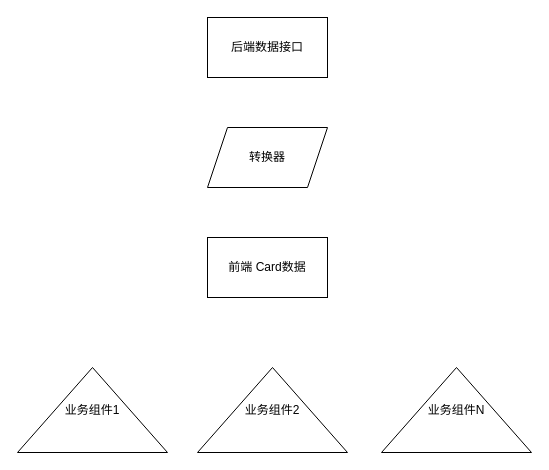
This is zhishi-data-converter.drawio from fedorjia/draw-io-files, a draw.io file, before an edit. Source tidied: cells renumbered, new cells numbered last; positions are measured from the earlier drawing's top-left corner, leaving out a move shared by most shapes. Both pictures are drawn from the tidied source at 100%, with x=0, y=0 at pixel (17, 17).
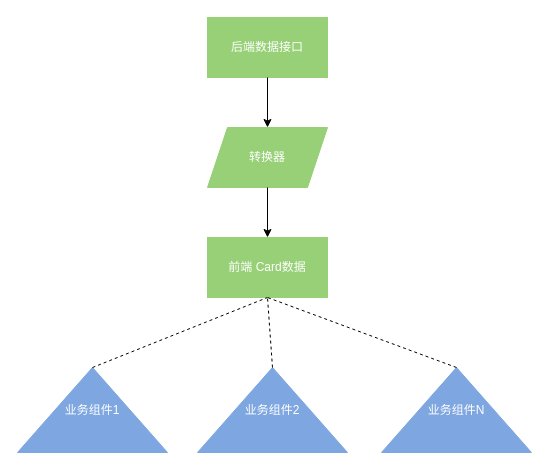
The same diagram, later.

Diff of the diagram source:
```diff
@@
 <mxGraphModel>
   <root>
     <mxCell id="0" />
     <mxCell id="1" parent="0" />
-    <mxCell id="2" value="后端数据接口" style="rounded=0;whiteSpace=wrap;html=1;" parent="1" vertex="1">
+    <mxCell id="2" value="&lt;font color=&quot;#ffffff&quot;&gt;后端数据接口&lt;/font&gt;" style="rounded=0;whiteSpace=wrap;html=1;fillColor=#97D077;strokeColor=#97D077;" parent="1" vertex="1">
       <mxGeometry x="190" width="120" height="60" as="geometry" />
     </mxCell>
-    <mxCell id="3" value="转换器" style="shape=parallelogram;perimeter=parallelogramPerimeter;whiteSpace=wrap;html=1;fixedSize=1;" parent="1" vertex="1">
+    <mxCell id="3" value="&lt;font color=&quot;#ffffff&quot;&gt;转换器&lt;/font&gt;" style="shape=parallelogram;perimeter=parallelogramPerimeter;whiteSpace=wrap;html=1;fixedSize=1;strokeColor=#97D077;fillColor=#97D077;" parent="1" vertex="1">
       <mxGeometry x="190" y="110" width="120" height="60" as="geometry" />
     </mxCell>
-    <mxCell id="4" value="前端 Card数据" style="rounded=0;whiteSpace=wrap;html=1;" parent="1" vertex="1">
+    <mxCell id="4" value="&lt;font color=&quot;#ffffff&quot;&gt;前端 Card数据&lt;/font&gt;" style="rounded=0;whiteSpace=wrap;html=1;strokeColor=#97D077;fillColor=#97D077;" parent="1" vertex="1">
       <mxGeometry x="190" y="220" width="120" height="60" as="geometry" />
     </mxCell>
-    <mxCell id="5" value="业务组件1" style="triangle;whiteSpace=wrap;html=1;direction=north;" parent="1" vertex="1">
+    <mxCell id="5" value="&lt;font color=&quot;#ffffff&quot;&gt;业务组件1&lt;/font&gt;" style="triangle;whiteSpace=wrap;html=1;direction=north;fillColor=#7EA6E0;strokeColor=#7EA6E0;" parent="1" vertex="1">
       <mxGeometry y="350" width="150" height="85" as="geometry" />
     </mxCell>
-    <mxCell id="6" value="业务组件2" style="triangle;whiteSpace=wrap;html=1;direction=north;" parent="1" vertex="1">
+    <mxCell id="6" value="&lt;font color=&quot;#ffffff&quot;&gt;业务组件2&lt;/font&gt;" style="triangle;whiteSpace=wrap;html=1;direction=north;fillColor=#7EA6E0;strokeColor=#7EA6E0;" parent="1" vertex="1">
       <mxGeometry x="180" y="350" width="150" height="85" as="geometry" />
     </mxCell>
-    <mxCell id="7" value="业务组件N" style="triangle;whiteSpace=wrap;html=1;direction=north;" parent="1" vertex="1">
+    <mxCell id="7" value="&lt;font color=&quot;#ffffff&quot;&gt;业务组件N&lt;/font&gt;" style="triangle;whiteSpace=wrap;html=1;direction=north;fillColor=#7EA6E0;strokeColor=#7EA6E0;" parent="1" vertex="1">
       <mxGeometry x="364" y="350" width="150" height="85" as="geometry" />
     </mxCell>
+    <mxCell id="8" style="endArrow=classic;html=1;entryX=0.5;entryY=0;entryDx=0;entryDy=0;exitX=0.5;exitY=1;exitDx=0;exitDy=0;" parent="1" edge="1" source="2" target="3">
+      <mxGeometry relative="1" as="geometry" />
+    </mxCell>
+    <mxCell id="9" style="endArrow=classic;html=1;entryX=0.5;entryY=0;entryDx=0;entryDy=0;exitX=0.5;exitY=1;exitDx=0;exitDy=0;" parent="1" edge="1" source="3" target="4">
+      <mxGeometry relative="1" as="geometry" />
+    </mxCell>
+    <mxCell id="10" style="endArrow=none;dashed=1;html=1;exitX=1;exitY=0.5;exitDx=0;exitDy=0;entryX=0.5;entryY=1;entryDx=0;entryDy=0;" parent="1" edge="1" source="5" target="4">
+      <mxGeometry relative="1" as="geometry" />
+    </mxCell>
+    <mxCell id="11" style="endArrow=none;dashed=1;html=1;exitX=1;exitY=0.5;exitDx=0;exitDy=0;entryX=0.5;entryY=1;entryDx=0;entryDy=0;" parent="1" edge="1" source="6" target="4">
+      <mxGeometry relative="1" as="geometry" />
+    </mxCell>
+    <mxCell id="12" style="endArrow=none;dashed=1;html=1;exitX=1;exitY=0.5;exitDx=0;exitDy=0;entryX=0.5;entryY=1;entryDx=0;entryDy=0;" parent="1" edge="1" source="7" target="4">
+      <mxGeometry relative="1" as="geometry" />
+    </mxCell>
   </root>
 </mxGraphModel>
```
